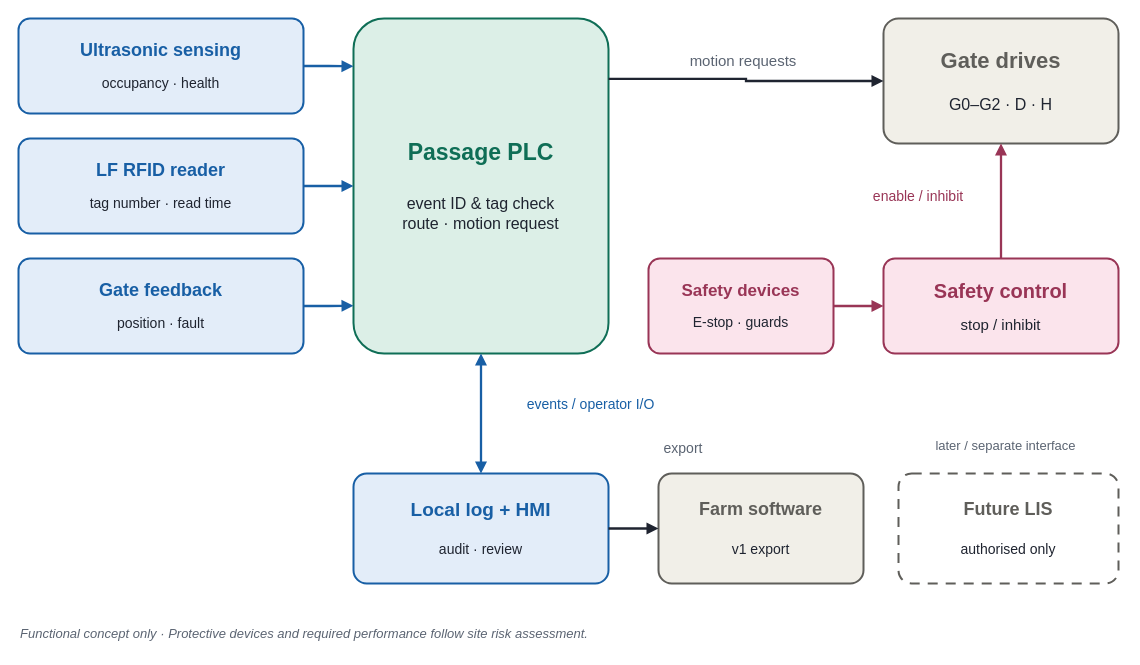
co27la57/UGHN-Y3-E-L keeps this draw.io diagram as 08_组员资料/成员4_Part4_交付/figures/fig_R10_block.drawio. Above is the earlier version. Source tidied: cells renumbered, new cells numbered last; positions are measured from the earlier drawing's top-left corner, leaving out a move shared by most shapes. Both pictures are drawn from the tidied source at 100%, with x=0, y=0 at pixel (18, 18).
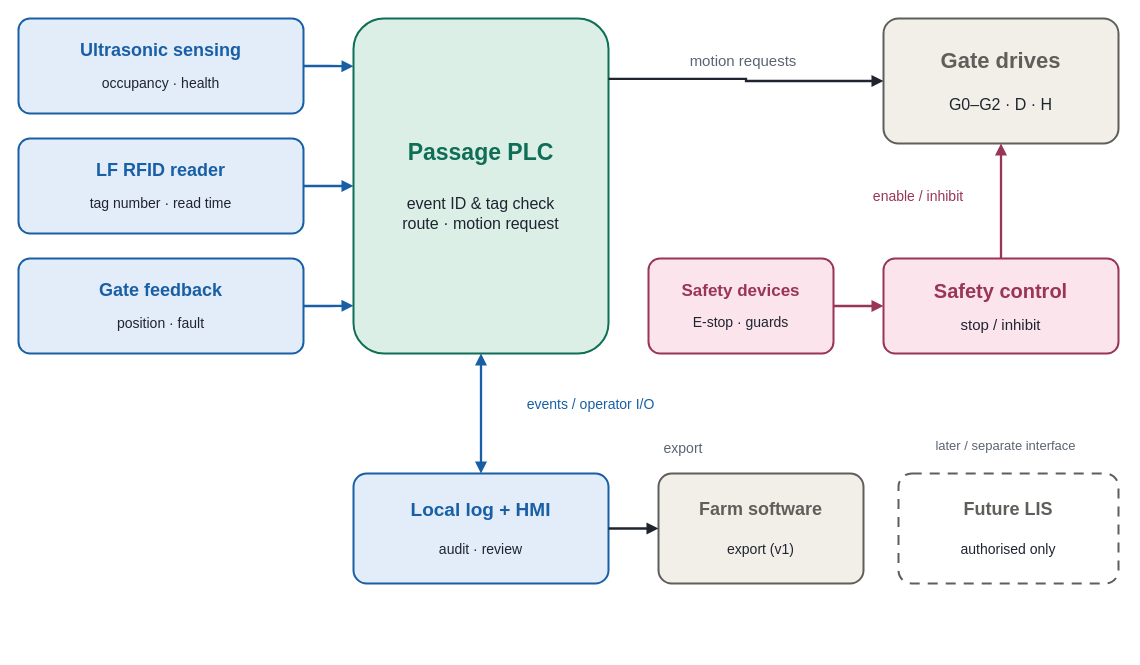
Above is the later version.

What changed in the source:
```diff
@@
-    <mxCell id="10" value="&lt;div style=&quot;font-size:18px;color:#5F5E5A;font-weight:bold;&quot;&gt;Farm software&lt;/div&gt;&lt;div style=&quot;height:20px;&quot;&gt;&lt;/div&gt;&lt;div style=&quot;font-size:14px;color:#1F2430;line-height:1.25;&quot;&gt;v1 export&lt;/div&gt;" style="rounded=1;arcSize=12;whiteSpace=wrap;html=1;align=center;verticalAlign=middle;spacing=6;fillColor=#F1EFE8;strokeColor=#5F5E5A;strokeWidth=2;fontColor=#1F2430;" parent="1" vertex="1">
+    <mxCell id="10" value="&lt;div style=&quot;font-size:18px;color:#5F5E5A;font-weight:bold;&quot;&gt;Farm software&lt;/div&gt;&lt;div style=&quot;height:20px;&quot;&gt;&lt;/div&gt;&lt;div style=&quot;font-size:14px;color:#1F2430;line-height:1.25;&quot;&gt;export (v1)&lt;/div&gt;" style="rounded=1;arcSize=12;whiteSpace=wrap;html=1;align=center;verticalAlign=middle;spacing=6;fillColor=#F1EFE8;strokeColor=#5F5E5A;strokeWidth=2;fontColor=#1F2430;" parent="1" vertex="1">
       <mxGeometry x="640" y="455" width="205" height="110" as="geometry" />
     </mxCell>
@@
-    <mxCell id="25" value="Functional concept only · Protective devices and required performance follow site risk assessment." style="text;html=1;whiteSpace=wrap;strokeColor=none;fillColor=none;align=left;verticalAlign=middle;fontSize=13;fontColor=#5B6472;fontStyle=2;" parent="1" vertex="1">
-      <mxGeometry y="600" width="1070" height="30" as="geometry" />
-    </mxCell>
```
